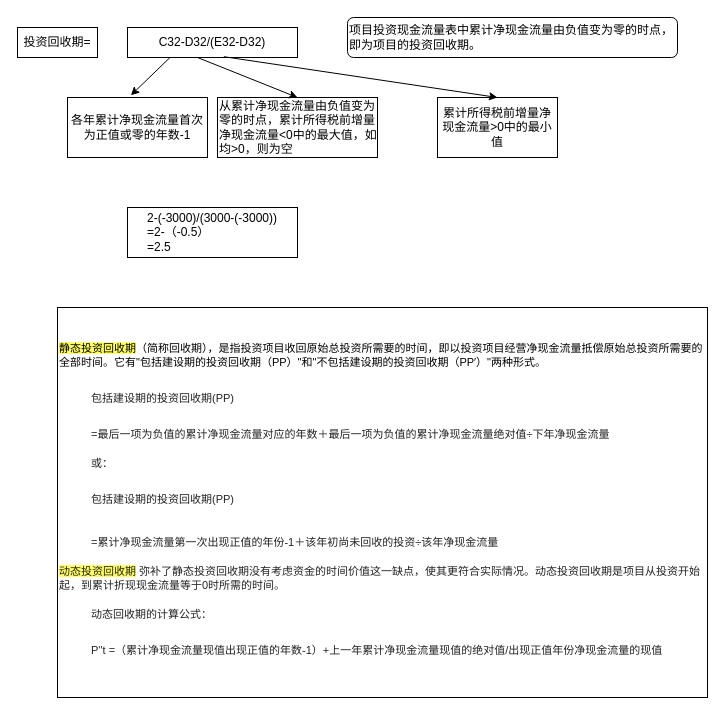
Earlier version of the draw.io diagram page "Page-5 投资回收期" (4 of 8) of Untitled Diagram.drawio (Yatttin/attention-nmt). Source tidied: cells renumbered, new cells numbered last; positions are measured from the earlier drawing's top-left corner, leaving out a move shared by most shapes. Both pictures are drawn from the tidied source at 100%, with x=0, y=0 at pixel (17, 17).
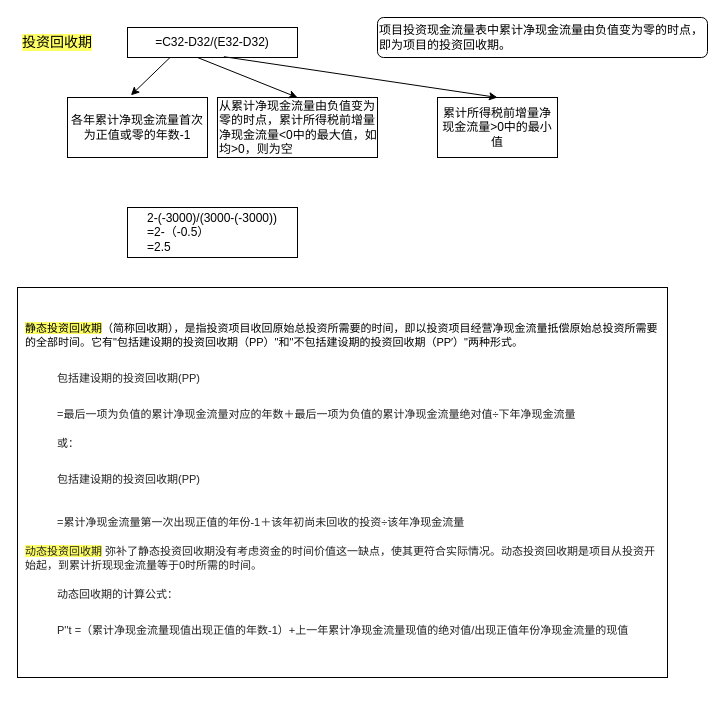
After the change.

Diff of the diagram source:
```diff
@@
 <mxGraphModel>
   <root>
     <mxCell id="0" />
     <mxCell id="1" parent="0" />
-    <mxCell id="2" value="C32-D32/(E32-D32)" style="rounded=0;whiteSpace=wrap;html=1;" parent="1" vertex="1">
+    <mxCell id="2" value="=C32-D32/(E32-D32)" style="rounded=0;whiteSpace=wrap;html=1;" parent="1" vertex="1">
       <mxGeometry x="110" y="10" width="170" height="30" as="geometry" />
     </mxCell>
-    <mxCell id="3" value="投资回收期=" style="rounded=0;whiteSpace=wrap;html=1;" parent="1" vertex="1">
+    <mxCell id="3" value="投资回收期" style="rounded=0;whiteSpace=wrap;html=1;labelBackgroundColor=#FFFF66;fontSize=14;strokeColor=none;" parent="1" vertex="1">
       <mxGeometry y="10" width="80" height="30" as="geometry" />
     </mxCell>
     <mxCell id="4" value="各年累计净现金流量首次为正值或零的年数-1" style="rounded=0;whiteSpace=wrap;html=1;" parent="1" vertex="1">
       <mxGeometry x="50" y="80" width="140" height="60" as="geometry" />
     </mxCell>
     <mxCell id="5" style="endArrow=classic;html=1;rounded=0;exitX=0.25;exitY=1;exitDx=0;exitDy=0;entryX=0.453;entryY=-0.037;entryDx=0;entryDy=0;entryPerimeter=0;" parent="1" edge="1" source="2" target="4">
       <mxGeometry relative="1" as="geometry" />
     </mxCell>
     <mxCell id="6" value="项目投资现金流量表中累计净现金流量由负值变为零的时点，即为项目的投资回收期。" style="rounded=1;whiteSpace=wrap;html=1;align=left;" parent="1" vertex="1">
-      <mxGeometry x="330" width="330" height="40" as="geometry" />
+      <mxGeometry x="360" width="330" height="40" as="geometry" />
     </mxCell>
     <mxCell id="7" value="从累计净现金流量由负值变为零的时点，累计所得税前增量净现金流量&amp;lt;0中的最大值，如均&amp;gt;0，则为空" style="rounded=0;whiteSpace=wrap;html=1;align=left;" parent="1" vertex="1">
       <mxGeometry x="200" y="80" width="160" height="60" as="geometry" />
     </mxCell>
     <mxCell id="8" value="累计所得税前增量净现金流量&amp;gt;0中的最小值" style="rounded=0;whiteSpace=wrap;html=1;" parent="1" vertex="1">
       <mxGeometry x="420" y="80" width="120" height="60" as="geometry" />
     </mxCell>
     <mxCell id="9" value="&lt;div style=&quot;text-align: left;&quot;&gt;&lt;span style=&quot;background-color: initial;&quot;&gt;2-(-3000)/(3000-(-3000))&lt;/span&gt;&lt;/div&gt;&lt;div style=&quot;text-align: left;&quot;&gt;&lt;span style=&quot;background-color: initial;&quot;&gt;=2-（-0.5）&lt;/span&gt;&lt;/div&gt;&lt;div style=&quot;text-align: left;&quot;&gt;&lt;span style=&quot;background-color: initial;&quot;&gt;=2.5&lt;/span&gt;&lt;/div&gt;" style="rounded=0;whiteSpace=wrap;html=1;" parent="1" vertex="1">
       <mxGeometry x="110" y="190" width="170" height="50" as="geometry" />
     </mxCell>
-    <mxCell id="10" value="&lt;font style=&quot;font-size: 11px;&quot;&gt;&lt;span style=&quot;background-color: rgb(255, 255, 102);&quot;&gt;静态投资回收期&lt;/span&gt;（简称回收期），是指投资项目收回原始总投资所需要的时间，即以投资项目经营净现金流量抵偿原始总投资所需要的全部时间。它有&quot;包括建设期的投资回收期（PP）&quot;和&quot;不包括建设期的投资回收期（PP′）&quot;两种形式。&lt;br style=&quot;color: rgb(34, 34, 34); line-break: anywhere; line-height: 28px; text-indent: 32px; word-break: break-all; font-family: &amp;quot;Microsoft YaHei&amp;quot;, Helvetica, Arial, sans-serif; background-color: rgb(255, 255, 255); font-size: 11px;&quot;&gt;&lt;span style=&quot;-webkit-tap-highlight-color: rgba(0, 0, 0, 0); border: none; outline: none; color: rgb(34, 34, 34); line-break: anywhere; line-height: 28px; word-break: break-all; display: inline-block; height: 28px; margin-top: 8px; overflow: hidden; vertical-align: bottom; width: 32px; font-family: &amp;quot;Microsoft YaHei&amp;quot;, Helvetica, Arial, sans-serif; background-color: rgb(255, 255, 255); font-size: 11px;&quot; class=&quot;text-indent&quot;&gt;&lt;/span&gt;&lt;span style=&quot;color: rgb(34, 34, 34); font-family: &amp;quot;Microsoft YaHei&amp;quot;, Helvetica, Arial, sans-serif; text-indent: 32px; background-color: rgb(255, 255, 255); font-size: 11px;&quot;&gt;包括建设期的投资回收期(PP)&lt;/span&gt;&lt;br style=&quot;color: rgb(34, 34, 34); line-break: anywhere; line-height: 28px; text-indent: 32px; word-break: break-all; font-family: &amp;quot;Microsoft YaHei&amp;quot;, Helvetica, Arial, sans-serif; background-color: rgb(255, 255, 255); font-size: 11px;&quot;&gt;&lt;span style=&quot;-webkit-tap-highlight-color: rgba(0, 0, 0, 0); border: none; outline: none; color: rgb(34, 34, 34); line-break: anywhere; line-height: 28px; word-break: break-all; display: inline-block; height: 28px; margin-top: 8px; overflow: hidden; vertical-align: bottom; width: 32px; font-family: &amp;quot;Microsoft YaHei&amp;quot;, Helvetica, Arial, sans-serif; background-color: rgb(255, 255, 255); font-size: 11px;&quot; class=&quot;text-indent&quot;&gt;&lt;/span&gt;&lt;span style=&quot;color: rgb(34, 34, 34); font-family: &amp;quot;Microsoft YaHei&amp;quot;, Helvetica, Arial, sans-serif; text-indent: 32px; background-color: rgb(255, 255, 255); font-size: 11px;&quot;&gt;=最后一项为负值的累计净现金流量对应的年数＋最后一项为负值的累计净现金流量绝对值÷下年净现金流量&lt;/span&gt;&lt;/font&gt;&lt;p style=&quot;margin: 8px 0px 0px; color: rgb(34, 34, 34); line-break: anywhere; line-height: 28px; text-indent: 32px; word-break: break-all; font-family: &amp;quot;Microsoft YaHei&amp;quot;, Helvetica, Arial, sans-serif; background-color: rgb(255, 255, 255); font-size: 11px;&quot;&gt;&lt;font style=&quot;font-size: 11px;&quot;&gt;或：&lt;/font&gt;&lt;/p&gt;&lt;p style=&quot;margin: 8px 0px 0px; color: rgb(34, 34, 34); line-break: anywhere; line-height: 28px; text-indent: 32px; word-break: break-all; font-family: &amp;quot;Microsoft YaHei&amp;quot;, Helvetica, Arial, sans-serif; background-color: rgb(255, 255, 255); font-size: 11px;&quot;&gt;&lt;font style=&quot;font-size: 11px;&quot;&gt;包括建设期的投资回收期(PP)&lt;/font&gt;&lt;/p&gt;&lt;font style=&quot;font-size: 11px;&quot;&gt;&lt;span style=&quot;-webkit-tap-highlight-color: rgba(0, 0, 0, 0); border: none; outline: none; color: rgb(34, 34, 34); line-break: anywhere; line-height: 28px; word-break: break-all; display: inline-block; height: 28px; margin-top: 8px; overflow: hidden; vertical-align: bottom; width: 32px; font-family: &amp;quot;Microsoft YaHei&amp;quot;, Helvetica, Arial, sans-serif; background-color: rgb(255, 255, 255); font-size: 11px;&quot; class=&quot;text-indent&quot;&gt;&lt;/span&gt;&lt;span style=&quot;color: rgb(34, 34, 34); font-family: &amp;quot;Microsoft YaHei&amp;quot;, Helvetica, Arial, sans-serif; text-indent: 32px; background-color: rgb(255, 255, 255); font-size: 11px;&quot;&gt;=累计净现金流量第一次出现正值的年份-1＋该年初尚未回收的投资÷该年净现金流量&lt;br&gt;&lt;/span&gt;&lt;span style=&quot;color: rgb(34, 34, 34); font-family: &amp;quot;Microsoft YaHei&amp;quot;, Helvetica, Arial, sans-serif; text-indent: 32px;&quot;&gt;&lt;br&gt;&lt;span style=&quot;background-color: rgb(255, 255, 102);&quot;&gt;动态投资回收期&lt;/span&gt;&lt;/span&gt;&lt;span style=&quot;background-color: rgb(255, 255, 255); color: rgb(34, 34, 34); font-family: &amp;quot;Microsoft YaHei&amp;quot;, Helvetica, Arial, sans-serif; text-indent: 32px;&quot;&gt; 弥补了静态投资回收期没有考虑资金的时间价值这一缺点，使其更符合实际情况。动态投资回收期是项目从投资开始起，到累计折现现金流量等于0时所需的时间。&lt;/span&gt;&lt;span style=&quot;color: rgb(34, 34, 34); font-family: &amp;quot;Microsoft YaHei&amp;quot;, Helvetica, Arial, sans-serif; text-indent: 32px; background-color: rgb(255, 255, 255); font-size: 11px;&quot;&gt;&lt;br&gt;&lt;/span&gt;&lt;/font&gt;&lt;p style=&quot;margin: 8px 0px 0px; color: rgb(34, 34, 34); line-break: anywhere; line-height: 28px; text-indent: 32px; word-break: break-all; font-family: &amp;quot;Microsoft YaHei&amp;quot;, Helvetica, Arial, sans-serif; background-color: rgb(255, 255, 255); font-size: 11px;&quot;&gt;&lt;font style=&quot;font-size: 11px;&quot;&gt;动态回收期的计算公式：&lt;/font&gt;&lt;/p&gt;&lt;p style=&quot;margin: 8px 0px 0px; color: rgb(34, 34, 34); line-break: anywhere; line-height: 28px; text-indent: 32px; word-break: break-all; font-family: &amp;quot;Microsoft YaHei&amp;quot;, Helvetica, Arial, sans-serif; background-color: rgb(255, 255, 255); font-size: 11px;&quot;&gt;&lt;font style=&quot;font-size: 11px;&quot;&gt;P''t =（累计净现金流量现值出现正值的年数-1）+上一年累计净现金流量现值的绝对值/出现正值年份净现金流量的现值&lt;/font&gt;&lt;/p&gt;" style="rounded=0;whiteSpace=wrap;html=1;align=left;" parent="1" vertex="1">
-      <mxGeometry x="40" y="290" width="650" height="390" as="geometry" />
+    <mxCell id="10" value="&lt;font style=&quot;font-size: 11px;&quot;&gt;&lt;span style=&quot;background-color: rgb(255, 255, 102);&quot;&gt;静态投资回收期&lt;/span&gt;（简称回收期），是指投资项目收回原始总投资所需要的时间，即以投资项目经营净现金流量抵偿原始总投资所需要的全部时间。它有&quot;包括建设期的投资回收期（PP）&quot;和&quot;不包括建设期的投资回收期（PP′）&quot;两种形式。&lt;br style=&quot;color: rgb(34, 34, 34); line-break: anywhere; line-height: 28px; text-indent: 32px; word-break: break-all; font-family: &amp;quot;Microsoft YaHei&amp;quot;, Helvetica, Arial, sans-serif; background-color: rgb(255, 255, 255); font-size: 11px;&quot;&gt;&lt;span style=&quot;-webkit-tap-highlight-color: rgba(0, 0, 0, 0); border: none; outline: none; color: rgb(34, 34, 34); line-break: anywhere; line-height: 28px; word-break: break-all; display: inline-block; height: 28px; margin-top: 8px; overflow: hidden; vertical-align: bottom; width: 32px; font-family: &amp;quot;Microsoft YaHei&amp;quot;, Helvetica, Arial, sans-serif; background-color: rgb(255, 255, 255); font-size: 11px;&quot; class=&quot;text-indent&quot;&gt;&lt;/span&gt;&lt;span style=&quot;color: rgb(34, 34, 34); font-family: &amp;quot;Microsoft YaHei&amp;quot;, Helvetica, Arial, sans-serif; text-indent: 32px; background-color: rgb(255, 255, 255); font-size: 11px;&quot;&gt;包括建设期的投资回收期(PP)&lt;/span&gt;&lt;br style=&quot;color: rgb(34, 34, 34); line-break: anywhere; line-height: 28px; text-indent: 32px; word-break: break-all; font-family: &amp;quot;Microsoft YaHei&amp;quot;, Helvetica, Arial, sans-serif; background-color: rgb(255, 255, 255); font-size: 11px;&quot;&gt;&lt;span style=&quot;-webkit-tap-highlight-color: rgba(0, 0, 0, 0); border: none; outline: none; color: rgb(34, 34, 34); line-break: anywhere; line-height: 28px; word-break: break-all; display: inline-block; height: 28px; margin-top: 8px; overflow: hidden; vertical-align: bottom; width: 32px; font-family: &amp;quot;Microsoft YaHei&amp;quot;, Helvetica, Arial, sans-serif; background-color: rgb(255, 255, 255); font-size: 11px;&quot; class=&quot;text-indent&quot;&gt;&lt;/span&gt;&lt;span style=&quot;color: rgb(34, 34, 34); font-family: &amp;quot;Microsoft YaHei&amp;quot;, Helvetica, Arial, sans-serif; text-indent: 32px; background-color: rgb(255, 255, 255); font-size: 11px;&quot;&gt;=最后一项为负值的累计净现金流量对应的年数＋最后一项为负值的累计净现金流量绝对值÷下年净现金流量&lt;/span&gt;&lt;/font&gt;&lt;p style=&quot;margin: 8px 0px 0px; color: rgb(34, 34, 34); line-break: anywhere; line-height: 28px; text-indent: 32px; word-break: break-all; font-family: &amp;quot;Microsoft YaHei&amp;quot;, Helvetica, Arial, sans-serif; background-color: rgb(255, 255, 255); font-size: 11px;&quot;&gt;&lt;font style=&quot;font-size: 11px;&quot;&gt;或：&lt;/font&gt;&lt;/p&gt;&lt;p style=&quot;margin: 8px 0px 0px; color: rgb(34, 34, 34); line-break: anywhere; line-height: 28px; text-indent: 32px; word-break: break-all; font-family: &amp;quot;Microsoft YaHei&amp;quot;, Helvetica, Arial, sans-serif; background-color: rgb(255, 255, 255); font-size: 11px;&quot;&gt;&lt;font style=&quot;font-size: 11px;&quot;&gt;包括建设期的投资回收期(PP)&lt;/font&gt;&lt;/p&gt;&lt;font style=&quot;font-size: 11px;&quot;&gt;&lt;span style=&quot;-webkit-tap-highlight-color: rgba(0, 0, 0, 0); border: none; outline: none; color: rgb(34, 34, 34); line-break: anywhere; line-height: 28px; word-break: break-all; display: inline-block; height: 28px; margin-top: 8px; overflow: hidden; vertical-align: bottom; width: 32px; font-family: &amp;quot;Microsoft YaHei&amp;quot;, Helvetica, Arial, sans-serif; background-color: rgb(255, 255, 255); font-size: 11px;&quot; class=&quot;text-indent&quot;&gt;&lt;/span&gt;&lt;span style=&quot;color: rgb(34, 34, 34); font-family: &amp;quot;Microsoft YaHei&amp;quot;, Helvetica, Arial, sans-serif; text-indent: 32px; background-color: rgb(255, 255, 255); font-size: 11px;&quot;&gt;=累计净现金流量第一次出现正值的年份-1＋该年初尚未回收的投资÷该年净现金流量&lt;br&gt;&lt;/span&gt;&lt;span style=&quot;color: rgb(34, 34, 34); font-family: &amp;quot;Microsoft YaHei&amp;quot;, Helvetica, Arial, sans-serif; text-indent: 32px;&quot;&gt;&lt;br&gt;&lt;span style=&quot;background-color: rgb(255, 255, 102);&quot;&gt;动态投资回收期&lt;/span&gt;&lt;/span&gt;&lt;span style=&quot;background-color: rgb(255, 255, 255); color: rgb(34, 34, 34); font-family: &amp;quot;Microsoft YaHei&amp;quot;, Helvetica, Arial, sans-serif; text-indent: 32px;&quot;&gt; 弥补了静态投资回收期没有考虑资金的时间价值这一缺点，使其更符合实际情况。动态投资回收期是项目从投资开始起，到累计折现现金流量等于0时所需的时间。&lt;/span&gt;&lt;span style=&quot;color: rgb(34, 34, 34); font-family: &amp;quot;Microsoft YaHei&amp;quot;, Helvetica, Arial, sans-serif; text-indent: 32px; background-color: rgb(255, 255, 255); font-size: 11px;&quot;&gt;&lt;br&gt;&lt;/span&gt;&lt;/font&gt;&lt;p style=&quot;margin: 8px 0px 0px; color: rgb(34, 34, 34); line-break: anywhere; line-height: 28px; text-indent: 32px; word-break: break-all; font-family: &amp;quot;Microsoft YaHei&amp;quot;, Helvetica, Arial, sans-serif; background-color: rgb(255, 255, 255); font-size: 11px;&quot;&gt;&lt;font style=&quot;font-size: 11px;&quot;&gt;动态回收期的计算公式：&lt;/font&gt;&lt;/p&gt;&lt;p style=&quot;margin: 8px 0px 0px; color: rgb(34, 34, 34); line-break: anywhere; line-height: 28px; text-indent: 32px; word-break: break-all; font-family: &amp;quot;Microsoft YaHei&amp;quot;, Helvetica, Arial, sans-serif; background-color: rgb(255, 255, 255); font-size: 11px;&quot;&gt;&lt;font style=&quot;font-size: 11px;&quot;&gt;P''t =（累计净现金流量现值出现正值的年数-1）+上一年累计净现金流量现值的绝对值/出现正值年份净现金流量的现值&lt;/font&gt;&lt;/p&gt;" style="rounded=0;whiteSpace=wrap;html=1;align=left;spacingLeft=6;spacingRight=6;" parent="1" vertex="1">
+      <mxGeometry y="270" width="650" height="390" as="geometry" />
     </mxCell>
     <mxCell id="11" style="endArrow=classic;html=1;rounded=0;entryX=0.5;entryY=0;entryDx=0;entryDy=0;" parent="1" edge="1" target="7">
       <mxGeometry relative="1" as="geometry">
         <mxPoint x="180" y="40" as="sourcePoint" />
       </mxGeometry>
     </mxCell>
     <mxCell id="12" style="endArrow=classic;html=1;rounded=0;exitX=0.567;exitY=0.973;exitDx=0;exitDy=0;entryX=0.5;entryY=0;entryDx=0;entryDy=0;exitPerimeter=0;" parent="1" edge="1" source="2" target="8">
       <mxGeometry relative="1" as="geometry" />
     </mxCell>
   </root>
 </mxGraphModel>
```
